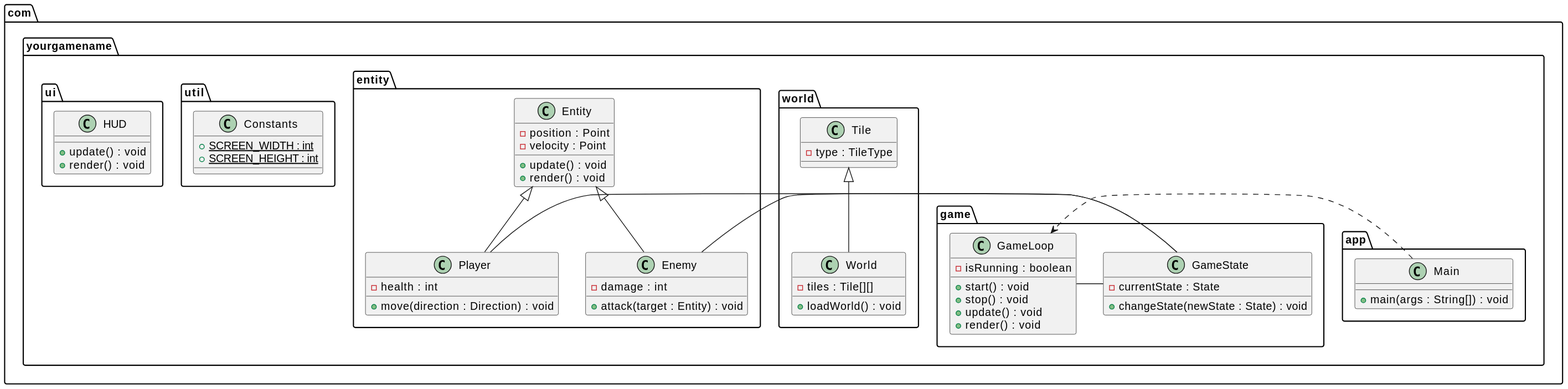
Earlier version of the PlantUML export doc/KlassenDiagramm.svg (Hirschiii/JavaGameEngine).
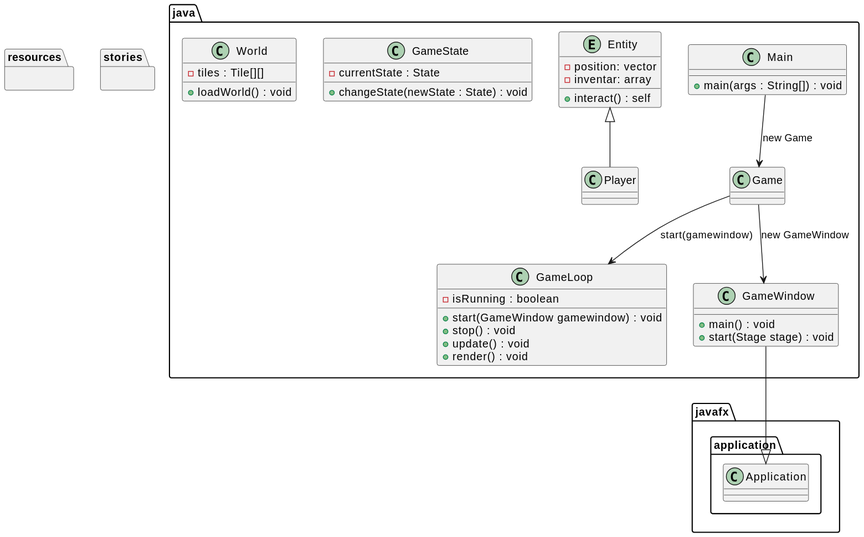
The same diagram one commit later.

Diff of the diagram source:
```diff
@@ -1,74 +1,50 @@
 @startuml
-package com.yourgamename.app {
+package javafx.application {
+	class Application {}
+	}
+
+package java {
     class Main {
         +main(args : String[]) : void
     }
-}
-
-package com.yourgamename.game {
+	entity Entity {
+		- position: vector
+		- inventar: array
+		+ interact() : self
+		}
+	class Game {}
     class GameLoop {
         -isRunning : boolean
-        +start() : void
+        +start(GameWindow gamewindow) : void
         +stop() : void
         +update() : void
         +render() : void
     }
-
     class GameState {
         -currentState : State
         +changeState(newState : State) : void
     }
-}
-
-package com.yourgamename.world {
+	class GameWindow {
+		+main() : void
+		+start(Stage stage) : void
+		}
+	class Player extends Entity {}
     class World {
         -tiles : Tile[][]
         +loadWorld() : void
     }
-
-    class Tile {
-        -type : TileType
-    }
 }
 
-package com.yourgamename.entity {
-    class Entity {
-        -position : Point
-        -velocity : Point
-        +update() : void
-        +render() : void
-    }
+package resources {
 
-    class Player {
-        -health : int
-        +move(direction : Direction) : void
-    }
-
-    class Enemy {
-        -damage : int
-        +attack(target : Entity) : void
-    }
 }
 
-package com.yourgamename.util {
-    class Constants {
-        {static} +SCREEN_WIDTH : int
-        {static} +SCREEN_HEIGHT : int
-    }
+package stories {
+
 }
 
-package com.yourgamename.ui {
-    class HUD {
-        +update() : void
-        +render() : void
-    }
-}
-
-Main .right.> GameLoop
-GameLoop -right- GameState
-World -up-|> Tile
-Entity <|-down- Player
-Entity <|-down- Enemy
-Player -left- GameState
-Enemy -left- GameState
+Main --> Game : new Game
+GameWindow --|> Application
+Game --> GameWindow : new GameWindow
+Game --> GameLoop : start(gamewindow)
 @enduml
```
